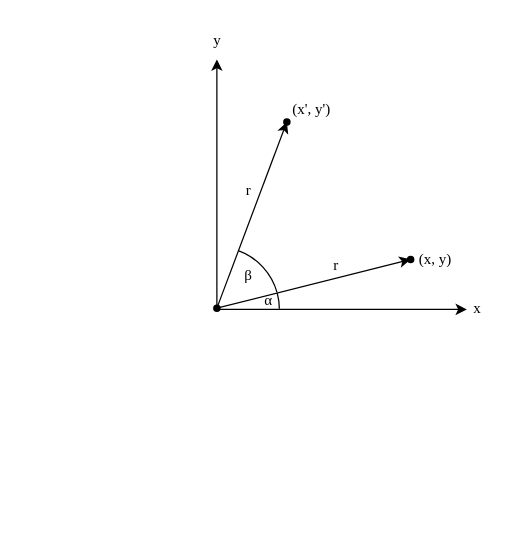
The draw.io diagram Computer_Graphics/Vector_Rotation.drawio in annihilateRed0/Diagrams, before the edit. Source tidied: cells renumbered, new cells numbered last; positions are measured from the earlier drawing's top-left corner, leaving out a move shared by most shapes. Both pictures are drawn from the tidied source at 125%, with x=0, y=0 at pixel (21, 21).
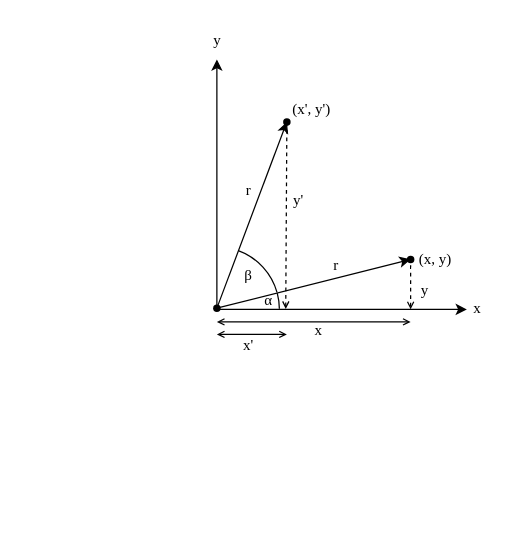
Above is the later version.

The change refers to these unchanged cells:
```xml
<mxCell id="5" style="group;" parent="1" vertex="1">
  <mxGeometry x="141" width="238" height="405.8" as="geometry" />
</mxCell>
<mxCell id="12" value="&lt;span lang=&quot;en&quot; class=&quot;BxUVEf ILfuVd&quot;&gt;&lt;span class=&quot;hgKElc&quot;&gt;&lt;font face=&quot;Times New Roman&quot;&gt;α&lt;/font&gt;&lt;/span&gt;&lt;/span&gt;" style="text;html=1;align=center;verticalAlign=middle;points=[];strokeColor=none;fillColor=none;" parent="5" vertex="1">
  <mxGeometry x="41" y="208" width="30" height="30" as="geometry" />
</mxCell>
<mxCell id="15" value="&lt;font face=&quot;Times New Roman&quot;&gt;(x, y)&lt;/font&gt;" style="text;html=1;align=center;verticalAlign=middle;whiteSpace=wrap;rounded=0;" parent="13" vertex="1">
  <mxGeometry x="10" width="40" height="20" as="geometry" />
</mxCell>
<mxCell id="19" value="&lt;font face=&quot;Times New Roman&quot;&gt;(x', y')&lt;/font&gt;" style="text;html=1;align=center;verticalAlign=middle;whiteSpace=wrap;rounded=0;" parent="17" vertex="1">
  <mxGeometry x="10" y="-10" width="40" height="20" as="geometry" />
</mxCell>
```

Change to the diagram source:
```diff
@@
+    <mxCell id="23" style="endArrow=none;html=1;rounded=0;entryX=0;entryY=0.5;entryDx=0;entryDy=0;startArrow=open;startFill=0;startSize=4;strokeColor=light-dark(#000000,#B3B3B3);dashed=1;" parent="1" edge="1" target="15">
+      <mxGeometry relative="1" as="geometry">
+        <mxPoint x="311" y="230" as="sourcePoint" />
+      </mxGeometry>
+    </mxCell>
@@
+    <mxCell id="24" style="endArrow=none;html=1;rounded=0;entryX=0;entryY=1;entryDx=0;entryDy=0;exitX=0.97;exitY=0.724;exitDx=0;exitDy=0;exitPerimeter=0;endFill=0;startArrow=open;startFill=0;endSize=5;startSize=4;strokeColor=light-dark(#000000,#B3B3B3);dashed=1;" parent="5" edge="1" source="12" target="19">
+      <mxGeometry relative="1" as="geometry" />
+    </mxCell>
@@
+    <mxCell id="25" value="&lt;font face=&quot;Times New Roman&quot;&gt;y'&lt;/font&gt;" style="text;html=1;align=center;verticalAlign=middle;strokeColor=none;fillColor=none;" parent="5" vertex="1">
+      <mxGeometry x="65" y="128" width="30" height="30" as="geometry" />
+    </mxCell>
+    <mxCell id="26" value="&lt;font face=&quot;Times New Roman&quot;&gt;y&lt;/font&gt;" style="text;html=1;align=center;verticalAlign=middle;strokeColor=none;fillColor=none;" parent="5" vertex="1">
+      <mxGeometry x="166" y="200" width="30" height="30" as="geometry" />
+    </mxCell>
+    <mxCell id="27" style="endArrow=open;startArrow=open;html=1;rounded=0;startFill=0;startSize=4;endSize=4;endFill=0;strokeColor=light-dark(#000000,#B3B3B3);" parent="5" edge="1">
+      <mxGeometry relative="1" as="geometry">
+        <mxPoint x="15" y="240" as="sourcePoint" />
+        <mxPoint x="170" y="240" as="targetPoint" />
+      </mxGeometry>
+    </mxCell>
+    <mxCell id="28" style="endArrow=open;startArrow=open;html=1;rounded=0;startFill=0;startSize=4;endSize=4;endFill=0;strokeColor=light-dark(#000000,#B3B3B3);" parent="5" edge="1">
+      <mxGeometry relative="1" as="geometry">
+        <mxPoint x="15" y="250" as="sourcePoint" />
+        <mxPoint x="71" y="250" as="targetPoint" />
+      </mxGeometry>
+    </mxCell>
+    <mxCell id="29" value="&lt;font face=&quot;Times New Roman&quot;&gt;x'&lt;/font&gt;" style="text;html=1;align=center;verticalAlign=middle;strokeColor=none;fillColor=none;" parent="5" vertex="1">
+      <mxGeometry x="25" y="244" width="30" height="30" as="geometry" />
+    </mxCell>
+    <mxCell id="30" value="&lt;font face=&quot;Times New Roman&quot;&gt;x&lt;/font&gt;" style="text;html=1;align=center;verticalAlign=middle;strokeColor=none;fillColor=none;" parent="5" vertex="1">
+      <mxGeometry x="81" y="232" width="30" height="30" as="geometry" />
+    </mxCell>
```
